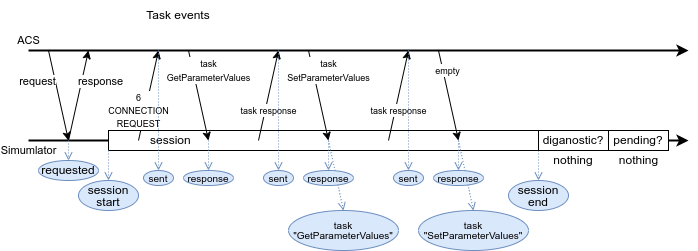
anlix-io/genieacs-sim keeps this draw.io diagram as diagrams/task events.png. Above is the earlier version. Source tidied: cells renumbered, new cells last; positions are measured from the earlier drawing's top-left corner, leaving out a move shared by most shapes.
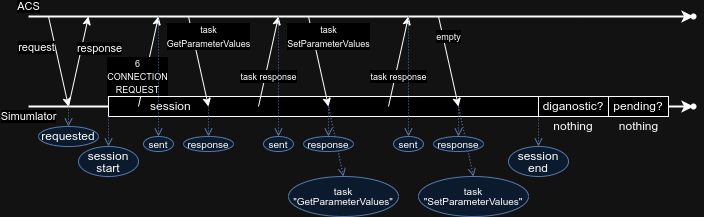
The same file after the commit.

Change to the diagram source:
```diff
@@ -2,10 +2,9 @@
   <root>
     <mxCell id="0" />
     <mxCell id="1" parent="0" />
-    <mxCell id="2" value="Simumlator" style="endArrow=classic;html=1;rounded=0;strokeWidth=2;" parent="1" edge="1">
+    <mxCell id="2" value="Simumlator" style="endArrow=classic;html=1;rounded=0;strokeWidth=2;" parent="1" edge="1" target="42">
       <mxGeometry x="-1" y="-10" relative="1" as="geometry">
         <mxPoint y="140" as="sourcePoint" />
-        <mxPoint x="660" y="140" as="targetPoint" />
       </mxGeometry>
     </mxCell>
     <mxCell id="3" value="request" style="endArrow=classic;html=1;rounded=0;" parent="1" edge="1">
@@ -41,10 +40,9 @@
         <mxPoint x="300" y="140" as="targetPoint" />
       </mxGeometry>
     </mxCell>
-    <mxCell id="9" value="ACS" style="endArrow=classic;html=1;rounded=0;strokeWidth=2;" parent="1" edge="1">
+    <mxCell id="9" value="ACS" style="endArrow=classic;html=1;rounded=0;strokeWidth=2;" parent="1" edge="1" target="43">
       <mxGeometry x="-1" y="10" relative="1" as="geometry">
         <mxPoint y="50" as="sourcePoint" />
-        <mxPoint x="660" y="50" as="targetPoint" />
       </mxGeometry>
     </mxCell>
     <mxCell id="10" value="response" style="endArrow=classic;html=1;rounded=0;" parent="1" edge="1">
@@ -53,9 +51,6 @@
         <mxPoint x="60" y="50" as="targetPoint" />
       </mxGeometry>
     </mxCell>
-    <mxCell id="11" value="Task events" style="text;html=1;strokeColor=none;fillColor=none;align=center;verticalAlign=middle;whiteSpace=wrap;rounded=0;" parent="1" vertex="1">
-      <mxGeometry x="80" width="140" height="30" as="geometry" />
-    </mxCell>
     <mxCell id="12" value="&lt;br&gt;" style="endArrow=open;html=1;rounded=0;exitX=1;exitY=1;exitDx=0;exitDy=0;fillColor=#dae8fc;strokeColor=#6c8ebf;entryX=0.5;entryY=0;entryDx=0;entryDy=0;dashed=1;dashPattern=1 2;endFill=0;" parent="1" edge="1" source="4" target="17">
       <mxGeometry x="-0.2" relative="1" as="geometry" />
     </mxCell>
@@ -170,5 +165,11 @@
     <mxCell id="41" value="&lt;div style=&quot;font-size: 10px; line-height: 100%;&quot;&gt;sent&lt;/div&gt;" style="ellipse;whiteSpace=wrap;html=1;fillColor=#dae8fc;strokeColor=#6c8ebf;align=center;" parent="1" vertex="1">
       <mxGeometry x="365" y="170" width="30" height="15" as="geometry" />
     </mxCell>
+    <mxCell id="42" style="shape=waypoint;sketch=0;fillStyle=solid;size=6;points=[];fillColor=none;perimeter=centerPerimeter;snapToPoint=1;" parent="1" vertex="1">
+      <mxGeometry x="655" y="130" width="20" height="20" as="geometry" />
+    </mxCell>
+    <mxCell id="43" style="shape=waypoint;sketch=0;fillStyle=solid;size=6;points=[];fillColor=none;perimeter=centerPerimeter;snapToPoint=1;" parent="1" vertex="1">
+      <mxGeometry x="655" y="40" width="20" height="20" as="geometry" />
+    </mxCell>
   </root>
 </mxGraphModel>
```
